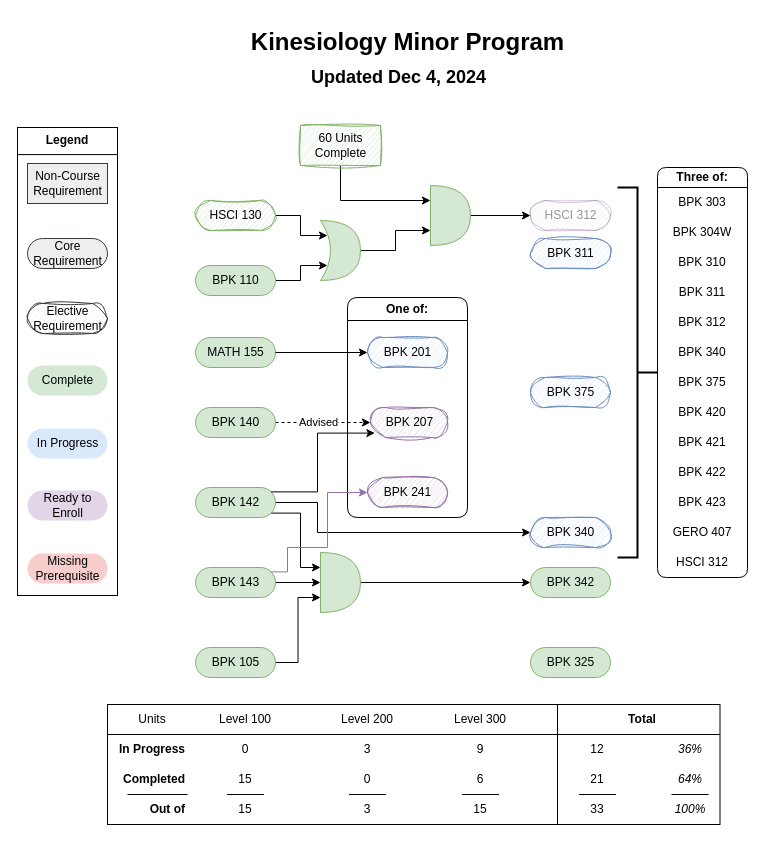
Earlier version of the draw.io diagram Kin Minor.drawio (Orianous/draw.io). Source tidied: cells renumbered, new cells numbered last; positions are measured from the earlier drawing's top-left corner, leaving out a move shared by most shapes. Both pictures are drawn from the tidied source at 100%, with x=0, y=0 at pixel (17, 17).
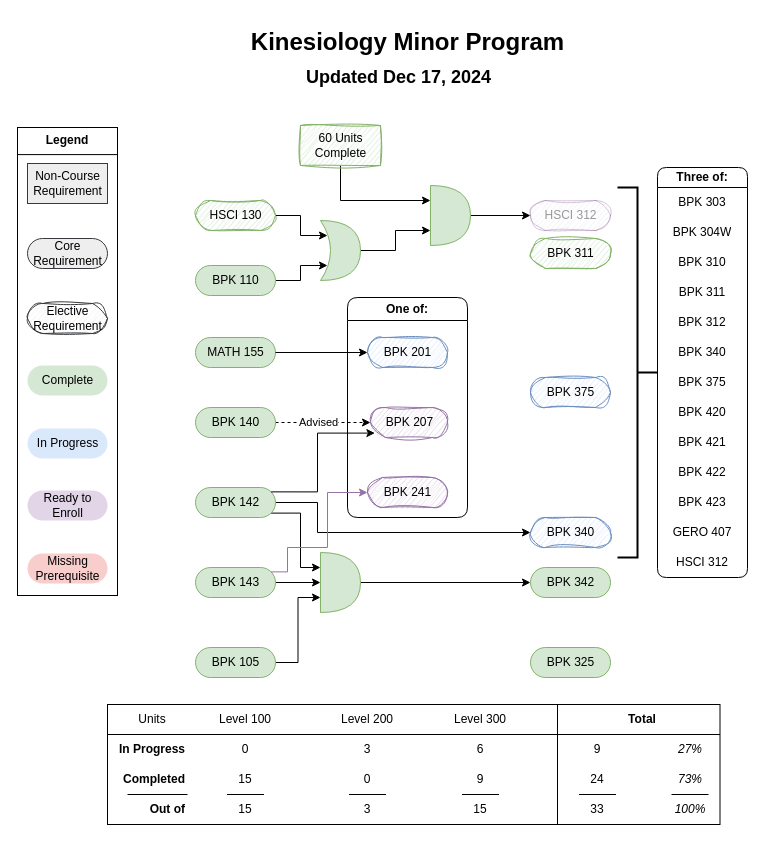
After the change.

Commit message:
Completed BPK 311

What changed in the source:
```diff
@@
-    <mxCell id="48" value="Updated Dec 4, 2024" style="text;strokeColor=none;fillColor=none;html=1;fontSize=18;fontStyle=1;verticalAlign=middle;align=center;" parent="18" vertex="1">
+    <mxCell id="48" value="Updated Dec 17, 2024" style="text;strokeColor=none;fillColor=none;html=1;fontSize=18;fontStyle=1;verticalAlign=middle;align=center;" parent="18" vertex="1">
       <mxGeometry x="283.5" y="40" width="195" height="40" as="geometry" />
     </mxCell>
@@
-    <mxCell id="59" value="6" style="text;html=1;strokeColor=none;fillColor=none;align=center;verticalAlign=middle;whiteSpace=wrap;rounded=0;" parent="18" vertex="1">
+    <mxCell id="59" value="9" style="text;html=1;strokeColor=none;fillColor=none;align=center;verticalAlign=middle;whiteSpace=wrap;rounded=0;" parent="18" vertex="1">
       <mxGeometry x="433" y="747" width="60" height="30" as="geometry" />
     </mxCell>
@@
-    <mxCell id="63" value="9" style="text;html=1;strokeColor=none;fillColor=none;align=center;verticalAlign=middle;whiteSpace=wrap;rounded=0;" parent="18" vertex="1">
+    <mxCell id="63" value="6" style="text;html=1;strokeColor=none;fillColor=none;align=center;verticalAlign=middle;whiteSpace=wrap;rounded=0;" parent="18" vertex="1">
       <mxGeometry x="433" y="717" width="60" height="30" as="geometry" />
     </mxCell>
@@
-    <mxCell id="66" value="64%" style="text;html=1;strokeColor=none;fillColor=none;align=center;verticalAlign=middle;whiteSpace=wrap;rounded=0;fontStyle=2;" parent="18" vertex="1">
+    <mxCell id="66" value="73%" style="text;html=1;strokeColor=none;fillColor=none;align=center;verticalAlign=middle;whiteSpace=wrap;rounded=0;fontStyle=2;" parent="18" vertex="1">
       <mxGeometry x="642.5" y="747" width="60" height="30" as="geometry" />
     </mxCell>
@@
-    <mxCell id="68" value="36%" style="text;html=1;strokeColor=none;fillColor=none;align=center;verticalAlign=middle;whiteSpace=wrap;rounded=0;fontStyle=2;" parent="18" vertex="1">
+    <mxCell id="68" value="27%" style="text;html=1;strokeColor=none;fillColor=none;align=center;verticalAlign=middle;whiteSpace=wrap;rounded=0;fontStyle=2;" parent="18" vertex="1">
       <mxGeometry x="642.5" y="717" width="60" height="30" as="geometry" />
     </mxCell>
@@
-    <mxCell id="84" value="21" style="text;html=1;strokeColor=none;fillColor=none;align=center;verticalAlign=middle;whiteSpace=wrap;rounded=0;" parent="18" vertex="1">
+    <mxCell id="84" value="24" style="text;html=1;strokeColor=none;fillColor=none;align=center;verticalAlign=middle;whiteSpace=wrap;rounded=0;" parent="18" vertex="1">
       <mxGeometry x="550" y="747" width="60" height="30" as="geometry" />
     </mxCell>
@@
-    <mxCell id="86" value="12" style="text;html=1;strokeColor=none;fillColor=none;align=center;verticalAlign=middle;whiteSpace=wrap;rounded=0;" parent="18" vertex="1">
+    <mxCell id="86" value="9" style="text;html=1;strokeColor=none;fillColor=none;align=center;verticalAlign=middle;whiteSpace=wrap;rounded=0;" parent="18" vertex="1">
       <mxGeometry x="550" y="717" width="60" height="30" as="geometry" />
     </mxCell>
@@
-    <mxCell id="96" value="BPK 311" style="html=1;dashed=0;whitespace=wrap;shape=mxgraph.dfd.start;fillColor=#dae8fc;strokeColor=#6c8ebf;sketch=1;curveFitting=1;jiggle=2;" parent="18" vertex="1">
+    <mxCell id="96" value="BPK 311" style="html=1;dashed=0;whitespace=wrap;shape=mxgraph.dfd.start;fillColor=#d5e8d4;strokeColor=#82b366;sketch=1;curveFitting=1;jiggle=2;" parent="18" vertex="1">
       <mxGeometry x="513" y="221" width="80" height="30" as="geometry" />
     </mxCell>
```
